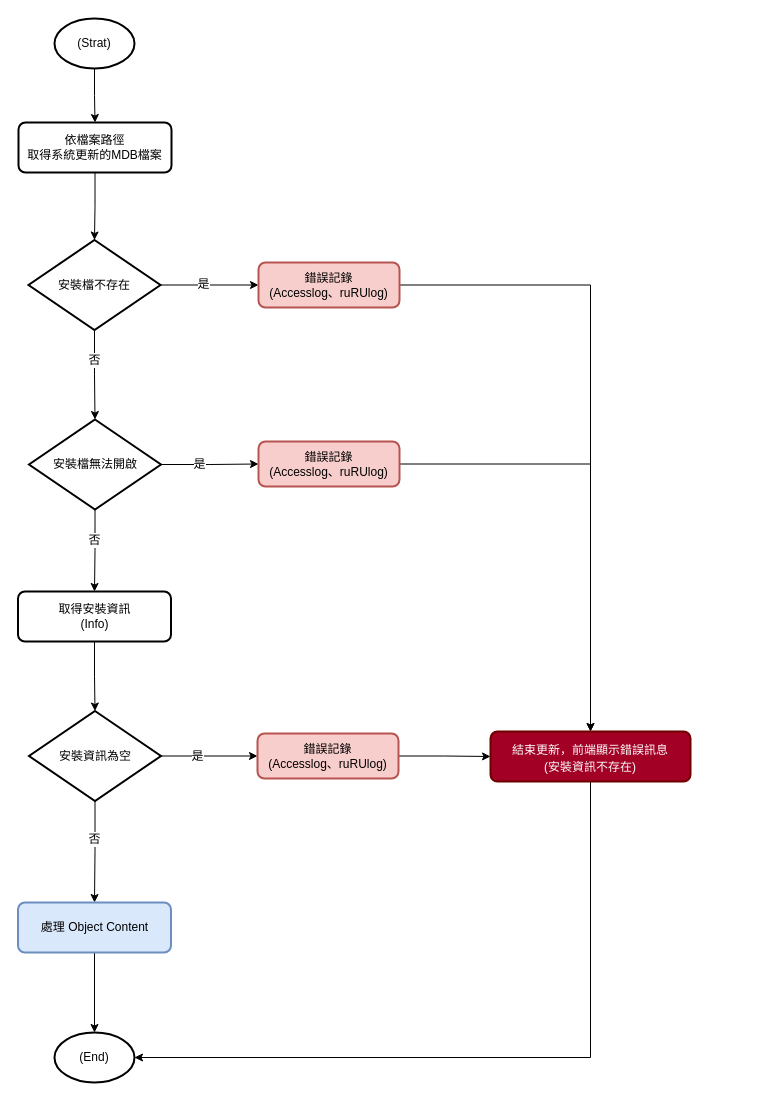
Above: page "解析系統更新檔" (2 of 7) of asus/ASUSMaintainTool/MDBUpdate/attachment/更新MDB檔案程式.drawio in ArcareRD/sadocs (draw.io), before the change. Source tidied: cells renumbered, new cells numbered last; positions are measured from the earlier drawing's top-left corner, leaving out a move shared by most shapes. Both pictures are drawn from the tidied source at 100%, with x=0, y=0 at pixel (17, 18).
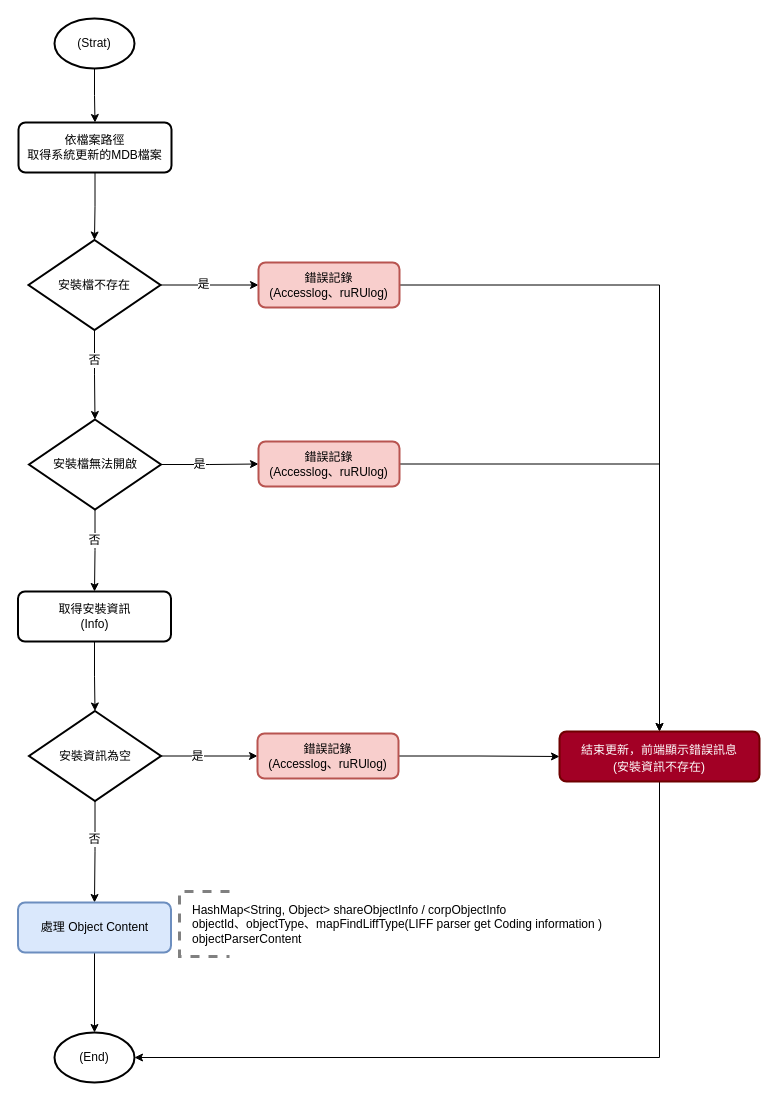
The same page after the edit.

What changed in the source:
```diff
@@
     <mxCell id="28" value="&lt;p style=&quot;line-height: normal; margin: 0pt 0in; text-indent: 0in; word-break: normal; font-size: 12px;&quot;&gt;&lt;font face=&quot;calibri&quot;&gt;結束更新，&lt;/font&gt;&lt;span style=&quot;font-family: calibri; text-indent: 0in; background-color: initial;&quot;&gt;前端顯示錯誤訊息&lt;/span&gt;&lt;/p&gt;&lt;p style=&quot;line-height: normal; margin: 0pt 0in; text-indent: 0in; word-break: normal; font-size: 12px;&quot;&gt;&lt;span style=&quot;font-family: calibri; text-indent: 0in; background-color: initial;&quot;&gt;(安裝資訊不存在)&lt;/span&gt;&lt;/p&gt;" style="rounded=1;whiteSpace=wrap;html=1;absoluteArcSize=1;arcSize=14;strokeWidth=2;fillColor=#a20025;fontSize=12;align=center;strokeColor=#6F0000;fontColor=#fdfcfc;labelBackgroundColor=none;" parent="1" vertex="1">
-      <mxGeometry x="473" y="713" width="200" height="50" as="geometry" />
+      <mxGeometry x="542" y="713" width="200" height="50" as="geometry" />
     </mxCell>
@@
+    <mxCell id="34" value="HashMap&amp;lt;String, Object&amp;gt; shareObjectInfo / corpObjectInfo&lt;br&gt;objectId、objectType、mapFindLiffType(LIFF parser get&amp;nbsp;Coding information )&lt;br&gt;objectParserContent" style="strokeWidth=3;html=1;shape=mxgraph.flowchart.annotation_1;align=left;dashed=1;labelBackgroundColor=none;strokeColor=#808080;fontSize=12;fontColor=#000000;fillColor=none;spacingLeft=11;" parent="1" vertex="1">
+      <mxGeometry x="162" y="873" width="50" height="65" as="geometry" />
+    </mxCell>
```
